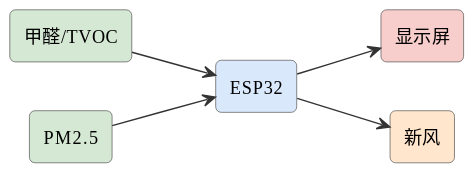
The PlantUML diagram assets/diagrams/ideas-fig35.svg in mingyi0818/IntelligentMcuCourse, before a commit.
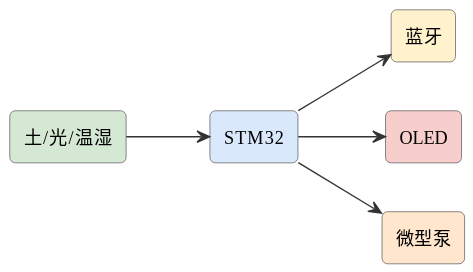
After the commit.

Change to the diagram source:
```diff
@@ -6,13 +6,13 @@
 skinparam arrowFontSize 11
 skinparam arrowColor #333
 left to right direction
-rectangle "甲醛/TVOC" as gas #d5e8d4
-rectangle "PM2.5" as pm #d5e8d4
-rectangle "ESP32" as esp #dae8fc
-rectangle "显示屏" as scr #f8cecc
-rectangle "新风" as air #ffe6cc
-gas --> esp
-pm --> esp
-esp --> scr
-esp --> air
+rectangle "土/光/温湿" as s #d5e8d4
+rectangle "STM32" as stm #dae8fc
+rectangle "蓝牙" as bt #fff2cc
+rectangle "OLED" as oled #f8cecc
+rectangle "微型泵" as pump #ffe6cc
+s --> stm
+stm --> bt
+stm --> oled
+stm --> pump
 @enduml
```
